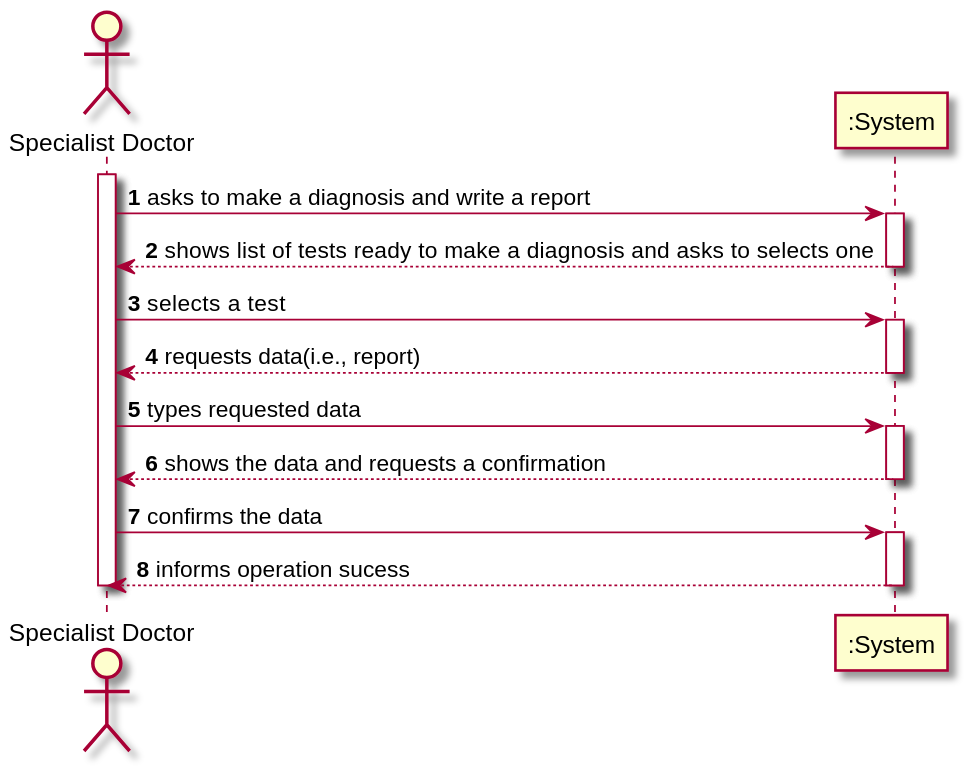
ana-albergaria/LAPR2-ISEP keeps this PlantUML diagram as docs/SprintC/US_14/US014_SSD.svg. Above is the earlier version.
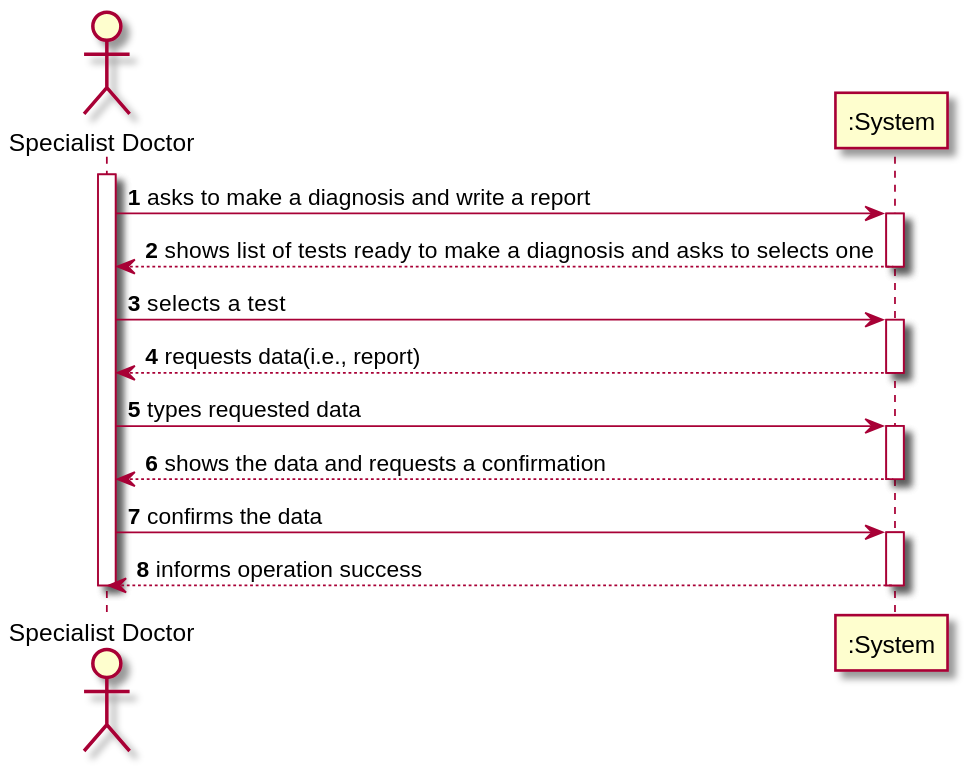
After the change.

Change to the diagram source:
```diff
@@ -20,7 +20,7 @@
 
 SpDt-> ":System" : confirms the data
 activate ":System"
-":System" --> SpDt : informs operation sucess
+":System" --> SpDt : informs operation success
 deactivate ":System"
 deactivate SpDt
 
```
